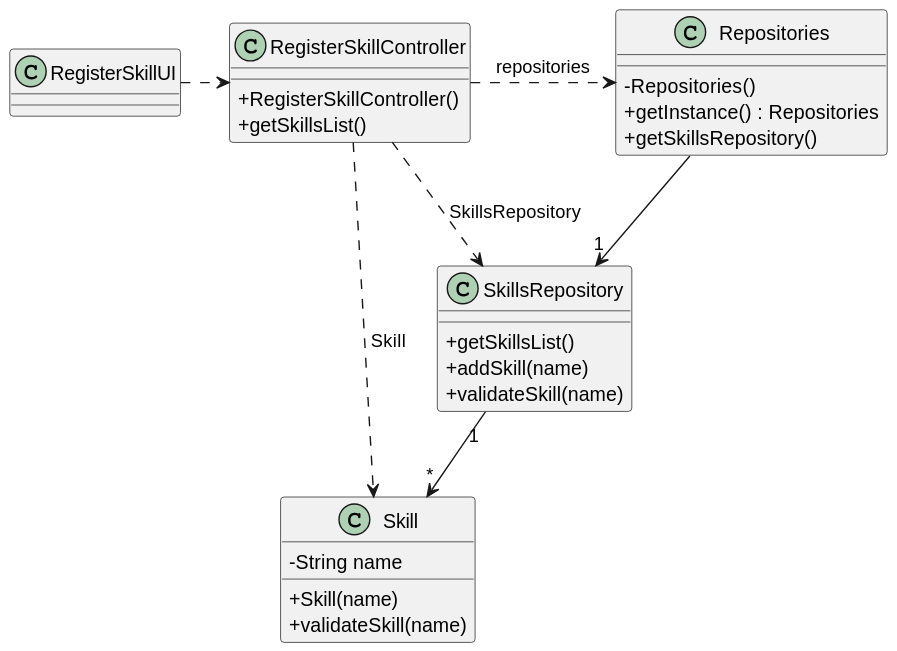
This is docs/sprint2/us001/03.design/svg/us001-class-diagram.svg from 1231360-ISEP/lei-24-s2-1db-g021, a PlantUML export, as it was before one commit.
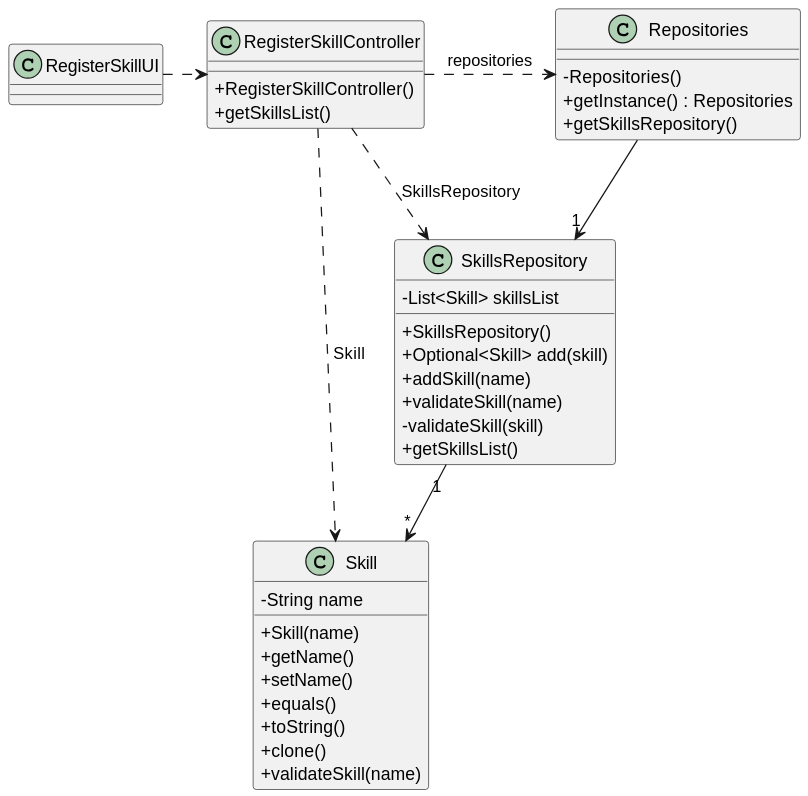
Above is the later version.

Commit message:
Update US01 and US05 - Class Diagram and SVG´s

Change to the diagram source:
```diff
@@ -13,16 +13,29 @@
     + getSkillsList()
 }
 
+
 class Skill {
     - String name
     + Skill(name)
+    + getName()
+    + setName()
+    + equals()
+    + toString()
+    + clone()
     + validateSkill(name)
 }
 
+
+
+
 class SkillsRepository {
-    + getSkillsList()
+    - List<Skill> skillsList
+    + SkillsRepository()
+    + Optional<Skill> add(skill)
     + addSkill(name)
     + validateSkill(name)
+    - validateSkill(skill)
+    + getSkillsList()
 }
 
 class Repositories {
```
